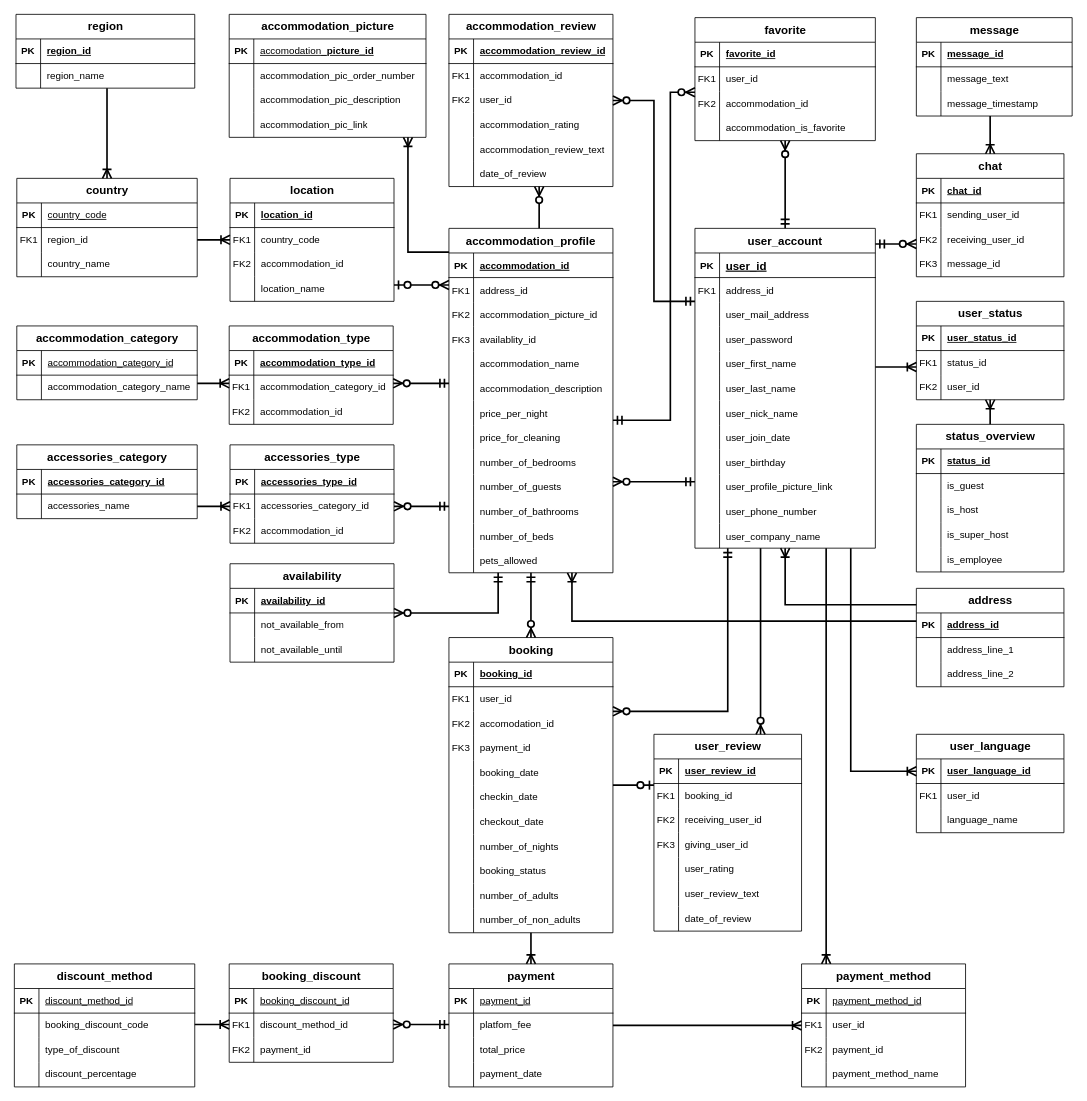
DaSteff91/SQL_Repo keeps this draw.io diagram as Steffbnb.drawio. Above is the earlier version. Source tidied: cells renumbered, new cells numbered last; positions are measured from the earlier drawing's top-left corner, leaving out a move shared by most shapes. Both pictures are drawn from the tidied source at 82%, with x=0, y=0 at pixel (14, 14).
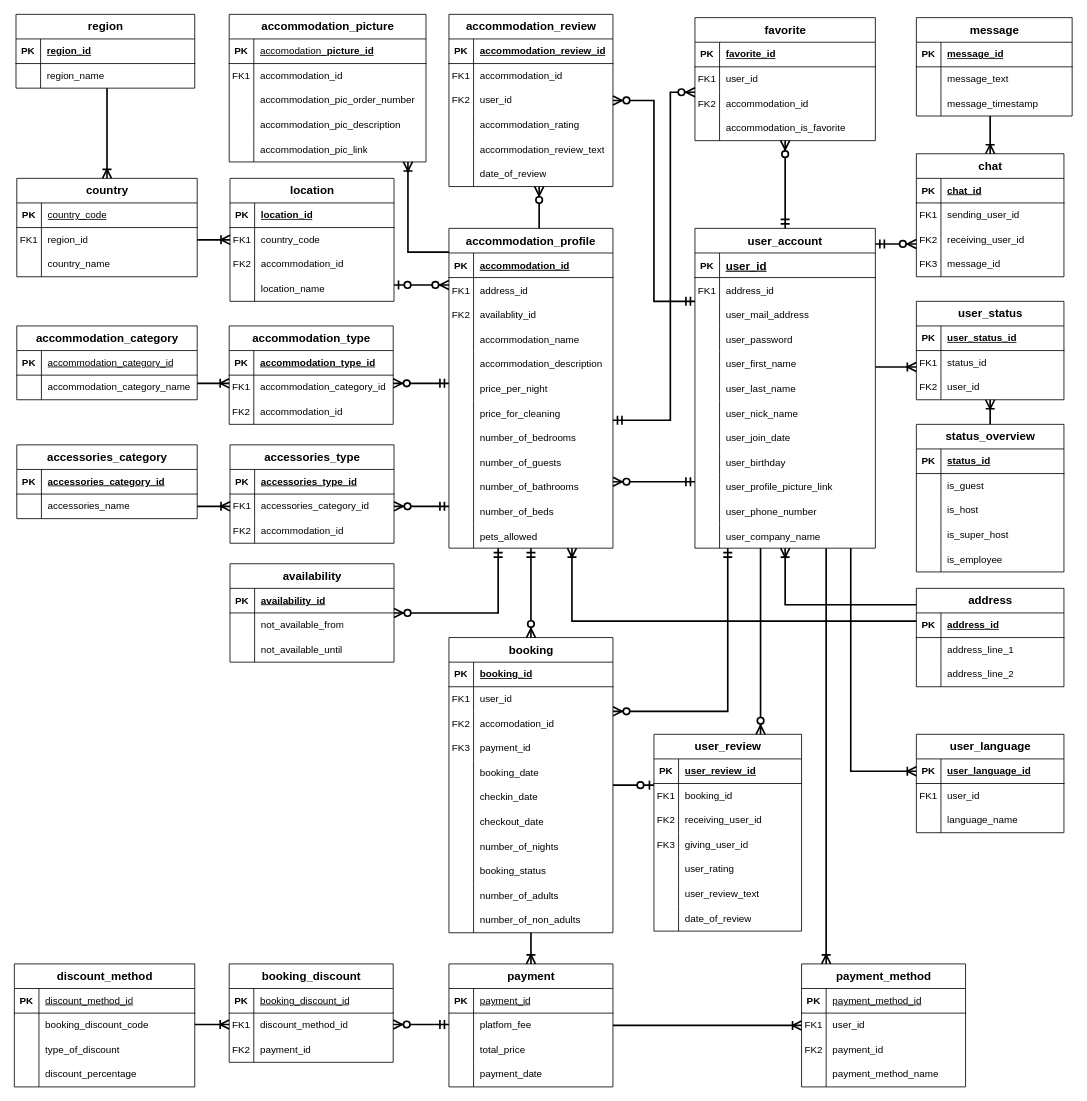
The same page after the edit.

The edit, as a diff of the source:
```diff
@@
     <mxCell id="39" value="accommodation_profile" style="shape=table;startSize=30;childLayout=tableLayout;rowLines=0;fontStyle=1;align=center;fontSize=14;labelBackgroundColor=none;" parent="1" vertex="1">
-      <mxGeometry x="530" y="261" width="200" height="420" as="geometry" />
+      <mxGeometry x="530" y="261" width="200" height="390" as="geometry" />
     </mxCell>
@@
-    <mxCell id="46" style="shape=partialRectangle;fillColor=none;top=0;left=0;right=0;bottom=0;labelBackgroundColor=none;" parent="39" vertex="1">
-      <mxGeometry y="90" width="200" height="30" as="geometry" />
-    </mxCell>
-    <mxCell id="47" value="FK2" style="shape=partialRectangle;overflow=hidden;fillColor=none;top=0;left=0;bottom=0;right=0;labelBackgroundColor=none;" parent="46" vertex="1">
-      <mxGeometry width="30" height="30" as="geometry" />
-    </mxCell>
-    <mxCell id="48" value="accommodation_picture_id" style="shape=partialRectangle;overflow=hidden;fillColor=none;top=0;left=0;bottom=0;right=0;align=left;spacingLeft=6;labelBackgroundColor=none;" parent="46" vertex="1">
-      <mxGeometry x="30" width="170" height="30" as="geometry" />
-    </mxCell>
     <mxCell id="49" style="shape=partialRectangle;fillColor=none;top=0;left=0;right=0;bottom=0;labelBackgroundColor=none;" parent="39" vertex="1">
-      <mxGeometry y="120" width="200" height="30" as="geometry" />
+      <mxGeometry y="90" width="200" height="30" as="geometry" />
     </mxCell>
-    <mxCell id="50" value="FK3" style="shape=partialRectangle;overflow=hidden;fillColor=none;top=0;left=0;bottom=0;right=0;labelBackgroundColor=none;" parent="49" vertex="1">
+    <mxCell id="50" value="FK2" style="shape=partialRectangle;overflow=hidden;fillColor=none;top=0;left=0;bottom=0;right=0;labelBackgroundColor=none;" parent="49" vertex="1">
       <mxGeometry width="30" height="30" as="geometry" />
     </mxCell>
@@
     <mxCell id="52" style="shape=partialRectangle;fillColor=none;top=0;left=0;right=0;bottom=0;labelBackgroundColor=none;" parent="39" vertex="1">
-      <mxGeometry y="150" width="200" height="30" as="geometry" />
+      <mxGeometry y="120" width="200" height="30" as="geometry" />
     </mxCell>
@@
     <mxCell id="55" style="shape=partialRectangle;fillColor=none;top=0;left=0;right=0;bottom=0;labelBackgroundColor=none;" parent="39" vertex="1">
-      <mxGeometry y="180" width="200" height="30" as="geometry" />
+      <mxGeometry y="150" width="200" height="30" as="geometry" />
     </mxCell>
@@
     <mxCell id="58" style="shape=partialRectangle;fillColor=none;top=0;left=0;right=0;bottom=0;labelBackgroundColor=none;" parent="39" vertex="1">
-      <mxGeometry y="210" width="200" height="30" as="geometry" />
+      <mxGeometry y="180" width="200" height="30" as="geometry" />
     </mxCell>
@@
     <mxCell id="61" style="shape=partialRectangle;fillColor=none;top=0;left=0;right=0;bottom=0;labelBackgroundColor=none;" parent="39" vertex="1">
-      <mxGeometry y="240" width="200" height="30" as="geometry" />
+      <mxGeometry y="210" width="200" height="30" as="geometry" />
     </mxCell>
@@
     <mxCell id="64" style="shape=partialRectangle;fillColor=none;top=0;left=0;right=0;bottom=0;labelBackgroundColor=none;" parent="39" vertex="1">
-      <mxGeometry y="270" width="200" height="30" as="geometry" />
+      <mxGeometry y="240" width="200" height="30" as="geometry" />
     </mxCell>
@@
     <mxCell id="67" style="shape=partialRectangle;fillColor=none;top=0;left=0;right=0;bottom=0;labelBackgroundColor=none;" parent="39" vertex="1">
-      <mxGeometry y="300" width="200" height="30" as="geometry" />
+      <mxGeometry y="270" width="200" height="30" as="geometry" />
     </mxCell>
@@
     <mxCell id="70" style="shape=partialRectangle;fillColor=none;top=0;left=0;right=0;bottom=0;labelBackgroundColor=none;" parent="39" vertex="1">
-      <mxGeometry y="330" width="200" height="30" as="geometry" />
+      <mxGeometry y="300" width="200" height="30" as="geometry" />
     </mxCell>
@@
     <mxCell id="73" style="shape=partialRectangle;fillColor=none;top=0;left=0;right=0;bottom=0;labelBackgroundColor=none;" parent="39" vertex="1">
-      <mxGeometry y="360" width="200" height="30" as="geometry" />
+      <mxGeometry y="330" width="200" height="30" as="geometry" />
     </mxCell>
@@
     <mxCell id="76" style="shape=partialRectangle;fillColor=none;top=0;left=0;right=0;bottom=0;labelBackgroundColor=none;" parent="39" vertex="1">
-      <mxGeometry y="390" width="200" height="30" as="geometry" />
+      <mxGeometry y="360" width="200" height="30" as="geometry" />
     </mxCell>
@@
     <mxCell id="113" value="accommodation_picture" style="shape=table;startSize=30;childLayout=tableLayout;rowLines=0;fontStyle=1;align=center;html=1;fontSize=14;labelBackgroundColor=none;" parent="1" vertex="1">
-      <mxGeometry x="262" width="240" height="150" as="geometry" />
+      <mxGeometry x="262" width="240" height="180" as="geometry" />
     </mxCell>
@@
+    <mxCell id="402" style="shape=tableRow;horizontal=0;startSize=0;swimlaneHead=0;swimlaneBody=0;fillColor=none;top=0;left=0;right=0;bottom=0;labelBackgroundColor=none;" parent="113" vertex="1">
+      <mxGeometry y="60" width="240" height="30" as="geometry" />
+    </mxCell>
+    <mxCell id="403" value="FK1" style="shape=partialRectangle;fillColor=none;top=0;left=0;bottom=0;right=0;overflow=hidden;whiteSpace=wrap;html=1;labelBackgroundColor=none;" parent="402" vertex="1">
+      <mxGeometry width="30" height="30" as="geometry" />
+    </mxCell>
+    <mxCell id="404" value="accommodation_id" style="shape=partialRectangle;fillColor=none;top=0;left=0;bottom=0;right=0;align=left;spacingLeft=6;overflow=hidden;whiteSpace=wrap;html=1;labelBackgroundColor=none;" parent="402" vertex="1">
+      <mxGeometry x="30" width="210" height="30" as="geometry" />
+    </mxCell>
     <mxCell id="117" style="shape=tableRow;horizontal=0;startSize=0;swimlaneHead=0;swimlaneBody=0;fillColor=none;top=0;left=0;right=0;bottom=0;labelBackgroundColor=none;" parent="113" vertex="1">
-      <mxGeometry y="60" width="240" height="30" as="geometry" />
+      <mxGeometry y="90" width="240" height="30" as="geometry" />
     </mxCell>
@@
     <mxCell id="120" style="shape=tableRow;horizontal=0;startSize=0;swimlaneHead=0;swimlaneBody=0;fillColor=none;top=0;left=0;right=0;bottom=0;labelBackgroundColor=none;" parent="113" vertex="1">
-      <mxGeometry y="90" width="240" height="30" as="geometry" />
+      <mxGeometry y="120" width="240" height="30" as="geometry" />
     </mxCell>
@@
     <mxCell id="123" style="shape=tableRow;horizontal=0;startSize=0;swimlaneHead=0;swimlaneBody=0;fillColor=none;top=0;left=0;right=0;bottom=0;labelBackgroundColor=none;" parent="113" vertex="1">
-      <mxGeometry y="120" width="240" height="30" as="geometry" />
+      <mxGeometry y="150" width="240" height="30" as="geometry" />
     </mxCell>
```
